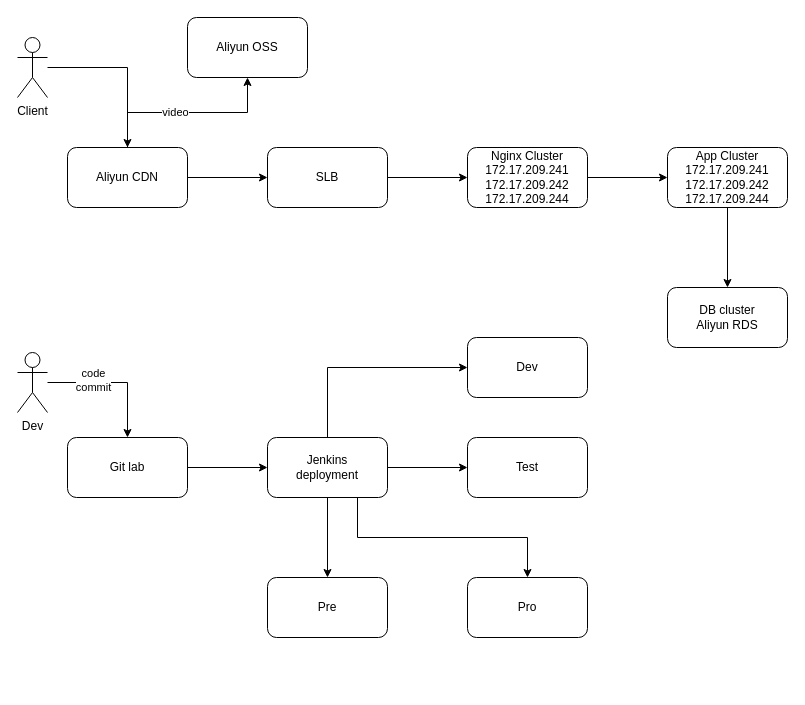
Above: Lily英语.drawio in mdnght/shellscrpit (draw.io), before the change. Source tidied: cells renumbered, new cells numbered last; positions are measured from the earlier drawing's top-left corner, leaving out a move shared by most shapes. Both pictures are drawn from the tidied source at 100%, with x=0, y=0 at pixel (17, 17). Pictures stored in the file or linked from it are replaced by grey dashed boxes.
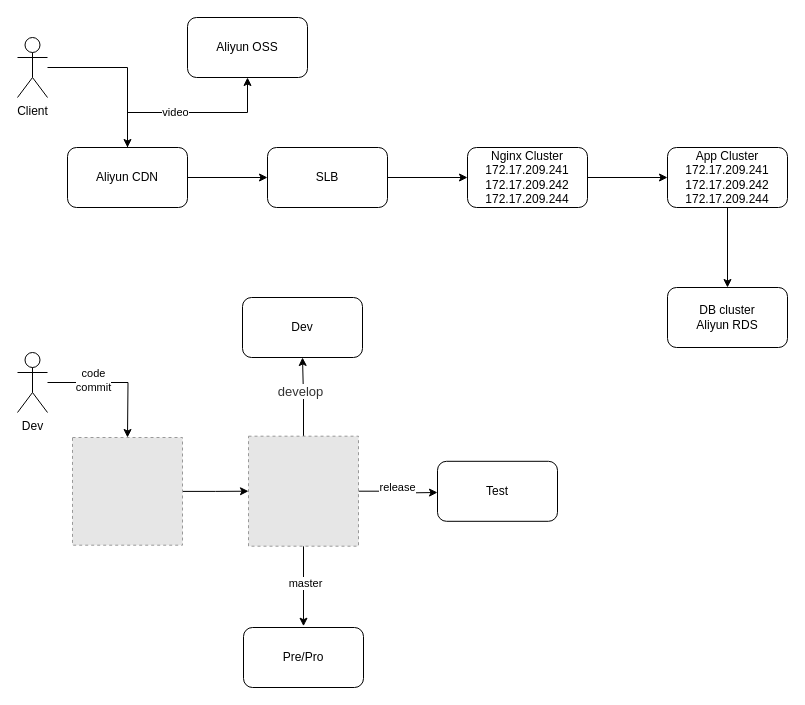
Above is the later version.

The change refers to these unchanged cells:
```xml
<mxCell id="18" value="Dev" style="shape=umlActor;verticalLabelPosition=bottom;labelBackgroundColor=#ffffff;verticalAlign=top;html=1;outlineConnect=0;" parent="1" vertex="1">
  <mxGeometry y="335" width="30" height="60" as="geometry" />
</mxCell>
```

Change to the diagram source:
```diff
@@
-    <mxCell id="16" style="edgeStyle=orthogonalEdgeStyle;rounded=0;jettySize=auto;html=1;entryX=0.5;entryY=0;entryDx=0;entryDy=0;" parent="1" edge="1" source="18" target="20">
-      <mxGeometry relative="1" as="geometry" />
+    <mxCell id="16" style="edgeStyle=orthogonalEdgeStyle;rounded=0;jettySize=auto;html=1;entryX=0.5;entryY=0;entryDx=0;entryDy=0;" parent="1" edge="1" source="18">
+      <mxGeometry relative="1" as="geometry">
+        <mxPoint x="110" y="420" as="targetPoint" />
+      </mxGeometry>
     </mxCell>
@@
-    <mxCell id="19" style="edgeStyle=orthogonalEdgeStyle;rounded=0;jettySize=auto;html=1;" parent="1" edge="1" source="20" target="25">
-      <mxGeometry relative="1" as="geometry" />
-    </mxCell>
-    <mxCell id="20" value="Git lab" style="rounded=1;whiteSpace=wrap;html=1;" parent="1" vertex="1">
-      <mxGeometry x="50" y="420" width="120" height="60" as="geometry" />
-    </mxCell>
-    <mxCell id="21" style="edgeStyle=orthogonalEdgeStyle;rounded=0;jettySize=auto;html=1;" parent="1" edge="1" source="25" target="29">
-      <mxGeometry relative="1" as="geometry">
-        <Array as="points">
-          <mxPoint x="310" y="350" />
-        </Array>
-      </mxGeometry>
-    </mxCell>
-    <mxCell id="22" style="edgeStyle=orthogonalEdgeStyle;rounded=0;jettySize=auto;html=1;" parent="1" edge="1" source="25" target="28">
-      <mxGeometry relative="1" as="geometry" />
-    </mxCell>
-    <mxCell id="23" style="edgeStyle=orthogonalEdgeStyle;rounded=0;jettySize=auto;html=1;" parent="1" edge="1" source="25" target="26">
-      <mxGeometry relative="1" as="geometry" />
-    </mxCell>
-    <mxCell id="24" style="edgeStyle=orthogonalEdgeStyle;rounded=0;jettySize=auto;html=1;exitX=0.75;exitY=1;exitDx=0;exitDy=0;entryX=0.5;entryY=0;entryDx=0;entryDy=0;" parent="1" edge="1" source="25" target="27">
-      <mxGeometry relative="1" as="geometry" />
-    </mxCell>
-    <mxCell id="25" value="Jenkins&lt;br&gt;&lt;div&gt;deployment&lt;/div&gt;" style="rounded=1;whiteSpace=wrap;html=1;" parent="1" vertex="1">
-      <mxGeometry x="250" y="420" width="120" height="60" as="geometry" />
-    </mxCell>
-    <mxCell id="26" value="Pre" style="rounded=1;whiteSpace=wrap;html=1;" parent="1" vertex="1">
-      <mxGeometry x="250" y="560" width="120" height="60" as="geometry" />
+    <mxCell id="26" value="Pre/Pro" style="rounded=1;whiteSpace=wrap;html=1;" parent="1" vertex="1">
+      <mxGeometry x="226" y="610" width="120" height="60" as="geometry" />
     </mxCell>
-    <mxCell id="27" value="Pro" style="rounded=1;whiteSpace=wrap;html=1;" parent="1" vertex="1">
-      <mxGeometry x="450" y="560" width="120" height="60" as="geometry" />
-    </mxCell>
     <mxCell id="28" value="Test" style="rounded=1;whiteSpace=wrap;html=1;" parent="1" vertex="1">
-      <mxGeometry x="450" y="420" width="120" height="60" as="geometry" />
+      <mxGeometry x="420" y="443.8" width="120" height="60" as="geometry" />
     </mxCell>
     <mxCell id="29" value="Dev" style="rounded=1;whiteSpace=wrap;html=1;" parent="1" vertex="1">
-      <mxGeometry x="450" y="320" width="120" height="60" as="geometry" />
+      <mxGeometry x="225" y="280" width="120" height="60" as="geometry" />
     </mxCell>
+    <mxCell id="30" style="edgeStyle=orthogonalEdgeStyle;rounded=0;jettySize=auto;html=1;" parent="1" edge="1" source="31" target="38">
+      <mxGeometry relative="1" as="geometry" />
+    </mxCell>
+    <mxCell id="31" style="fillColor=#E6E6E6;strokeColor=#999999;dashed=1;verticalLabelPosition=bottom;verticalAlign=top;" parent="1" vertex="1">
+      <mxGeometry x="55" y="420" width="110" height="107.7" as="geometry" />
+    </mxCell>
+    <mxCell id="32" style="edgeStyle=orthogonalEdgeStyle;rounded=0;jettySize=auto;html=1;" parent="1" edge="1" source="38">
+      <mxGeometry relative="1" as="geometry">
+        <mxPoint x="285" y="340" as="targetPoint" />
+      </mxGeometry>
+    </mxCell>
+    <mxCell id="33" value="&lt;span style=&quot;color: rgb(51 , 51 , 51) ; font-family: &amp;#34;arial&amp;#34; ; font-size: 13px&quot;&gt;develop&lt;/span&gt;" style="edgeLabel;html=1;align=center;verticalAlign=middle;" parent="32" vertex="1">
+      <mxGeometry x="0.15" y="3" relative="1" as="geometry" />
+    </mxCell>
+    <mxCell id="34" style="edgeStyle=orthogonalEdgeStyle;rounded=0;jettySize=auto;html=1;" parent="1" edge="1" source="38">
+      <mxGeometry relative="1" as="geometry">
+        <mxPoint x="420" y="475" as="targetPoint" />
+      </mxGeometry>
+    </mxCell>
+    <mxCell id="35" value="release" style="edgeLabel;html=1;align=center;verticalAlign=middle;" parent="34" vertex="1">
+      <mxGeometry x="-0.05" y="4" relative="1" as="geometry" />
+    </mxCell>
+    <mxCell id="36" style="edgeStyle=orthogonalEdgeStyle;rounded=0;jettySize=auto;html=1;" parent="1" edge="1" source="38">
+      <mxGeometry relative="1" as="geometry">
+        <mxPoint x="286" y="608.7" as="targetPoint" />
+      </mxGeometry>
+    </mxCell>
+    <mxCell id="37" value="master" style="edgeLabel;html=1;align=center;verticalAlign=middle;" parent="36" vertex="1">
+      <mxGeometry x="-0.07" y="1" relative="1" as="geometry" />
+    </mxCell>
+    <mxCell id="38" style="fillColor=#E6E6E6;strokeColor=#999999;dashed=1;verticalLabelPosition=bottom;verticalAlign=top;" parent="1" vertex="1">
+      <mxGeometry x="231" y="418.7" width="110" height="110" as="geometry" />
+    </mxCell>
```
